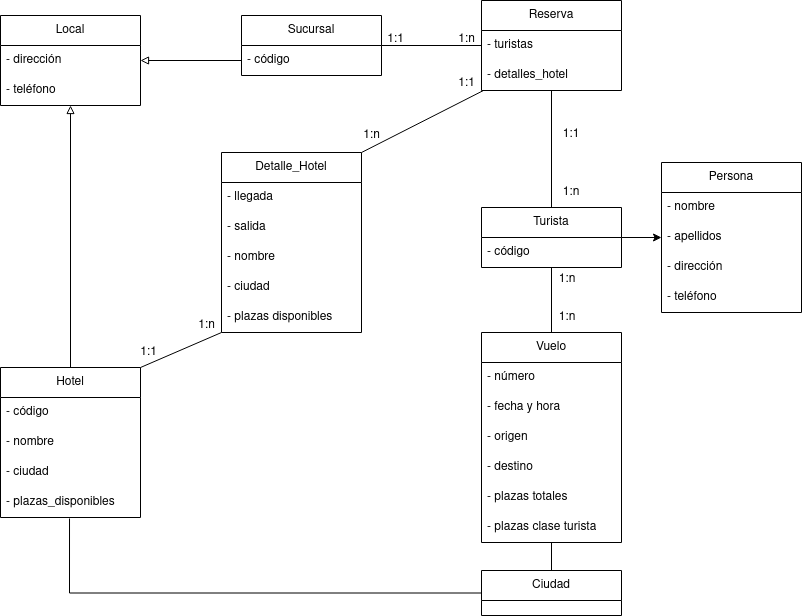
Earlier version of the draw.io export Tema 5. Diagramas de clase/Tarea 2. Agencia viajes/img/AgenciaViajes.drawio.png (colidom/ets). Source tidied: cells renumbered, new cells last; positions are measured from the earlier drawing's top-left corner, leaving out a move shared by most shapes.
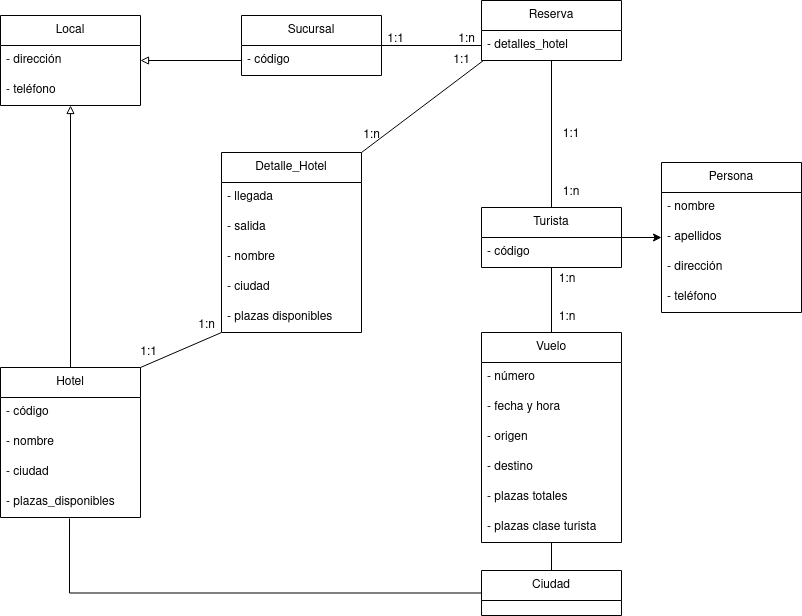
Above is the later version.

What changed in the source:
```diff
@@ -59,13 +59,10 @@
       <mxGeometry y="120" width="140" height="30" as="geometry" />
     </mxCell>
     <mxCell id="20" value="Reserva" style="swimlane;fontStyle=0;horizontal=1;startSize=30;whiteSpace=wrap;html=1;" parent="1" vertex="1">
-      <mxGeometry x="481" width="140" height="90" as="geometry" />
+      <mxGeometry x="481" width="140" height="60" as="geometry" />
     </mxCell>
-    <mxCell id="21" value="- turistas" style="text;strokeColor=none;fillColor=none;align=left;verticalAlign=middle;spacingLeft=4;spacingRight=4;overflow=hidden;whiteSpace=wrap;html=1;" parent="20" vertex="1">
-      <mxGeometry y="30" width="140" height="30" as="geometry" />
-    </mxCell>
     <mxCell id="22" value="- detalles_hotel" style="text;strokeColor=none;fillColor=none;align=left;verticalAlign=middle;spacingLeft=4;spacingRight=4;overflow=hidden;points=[[0,0.5],[1,0.5]];portConstraint=eastwest;whiteSpace=wrap;html=1;" parent="20" vertex="1">
-      <mxGeometry y="60" width="140" height="30" as="geometry" />
+      <mxGeometry y="30" width="140" height="30" as="geometry" />
     </mxCell>
     <mxCell id="23" style="edgeStyle=orthogonalEdgeStyle;rounded=0;jettySize=auto;html=1;startArrow=none;startFill=0;endArrow=none;endFill=0;entryX=0.5;entryY=0;entryDx=0;entryDy=0;exitX=0.5;exitY=1;exitDx=0;exitDy=0;" parent="1" edge="1" source="24" target="32">
       <mxGeometry relative="1" as="geometry" />
@@ -155,7 +152,7 @@
       <mxGeometry x="351" y="120" width="40" height="30" as="geometry" />
     </mxCell>
     <mxCell id="52" value="1:1" style="text;html=1;align=center;verticalAlign=middle;strokeColor=none;fillColor=none;" parent="1" vertex="1">
-      <mxGeometry x="446" y="68" width="40" height="30" as="geometry" />
+      <mxGeometry x="441" y="45" width="40" height="30" as="geometry" />
     </mxCell>
     <mxCell id="53" value="1:n" style="text;html=1;align=center;verticalAlign=middle;strokeColor=none;fillColor=none;" parent="1" vertex="1">
       <mxGeometry x="186" y="310" width="40" height="30" as="geometry" />
```
